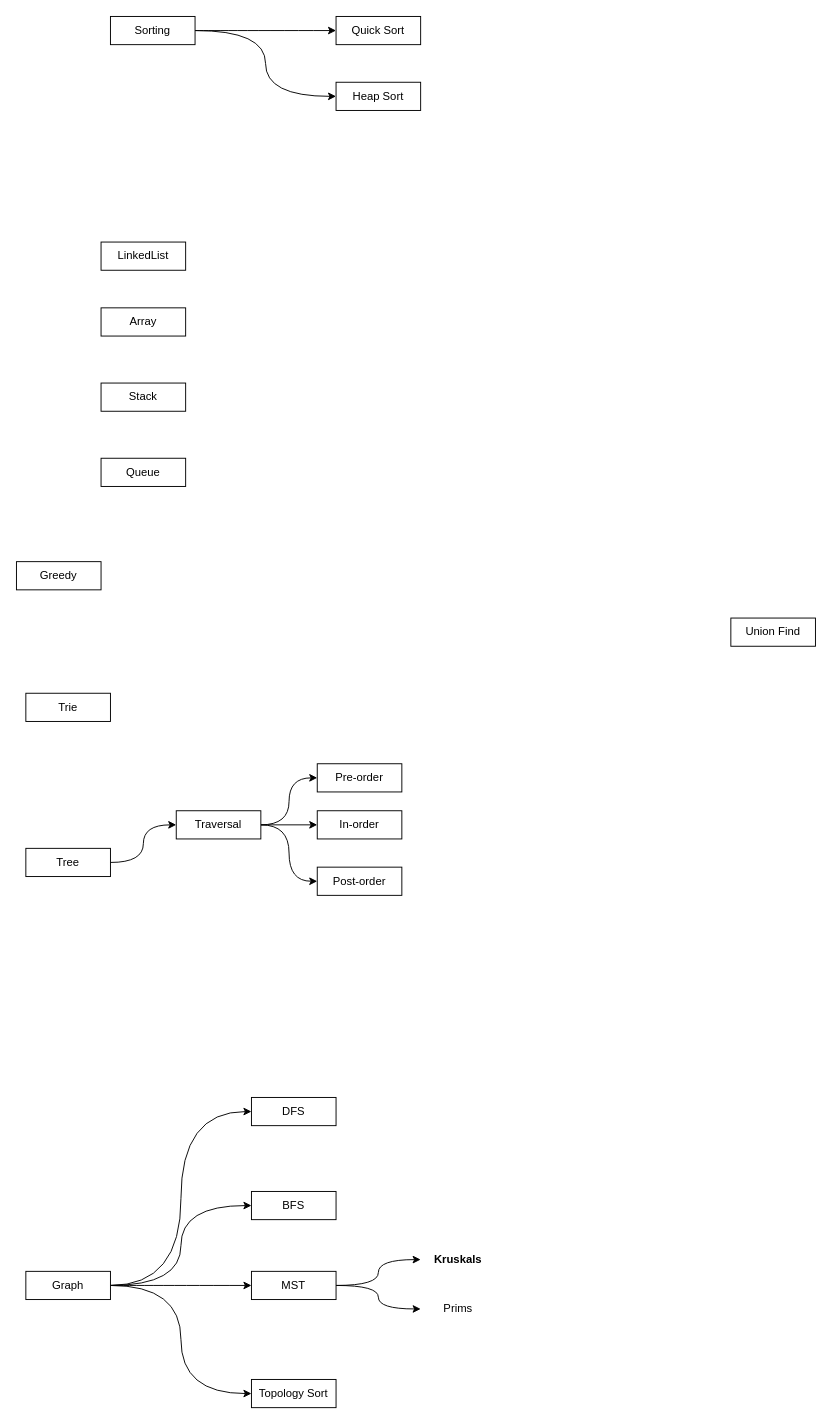
The draw.io diagram DAA.drawio in haoboliu66/Diagram, before the edit. Source tidied: cells renumbered, new cells numbered last; positions are measured from the earlier drawing's top-left corner, leaving out a move shared by most shapes. Both pictures are drawn from the tidied source at 94%, with x=0, y=0 at pixel (16, 16).
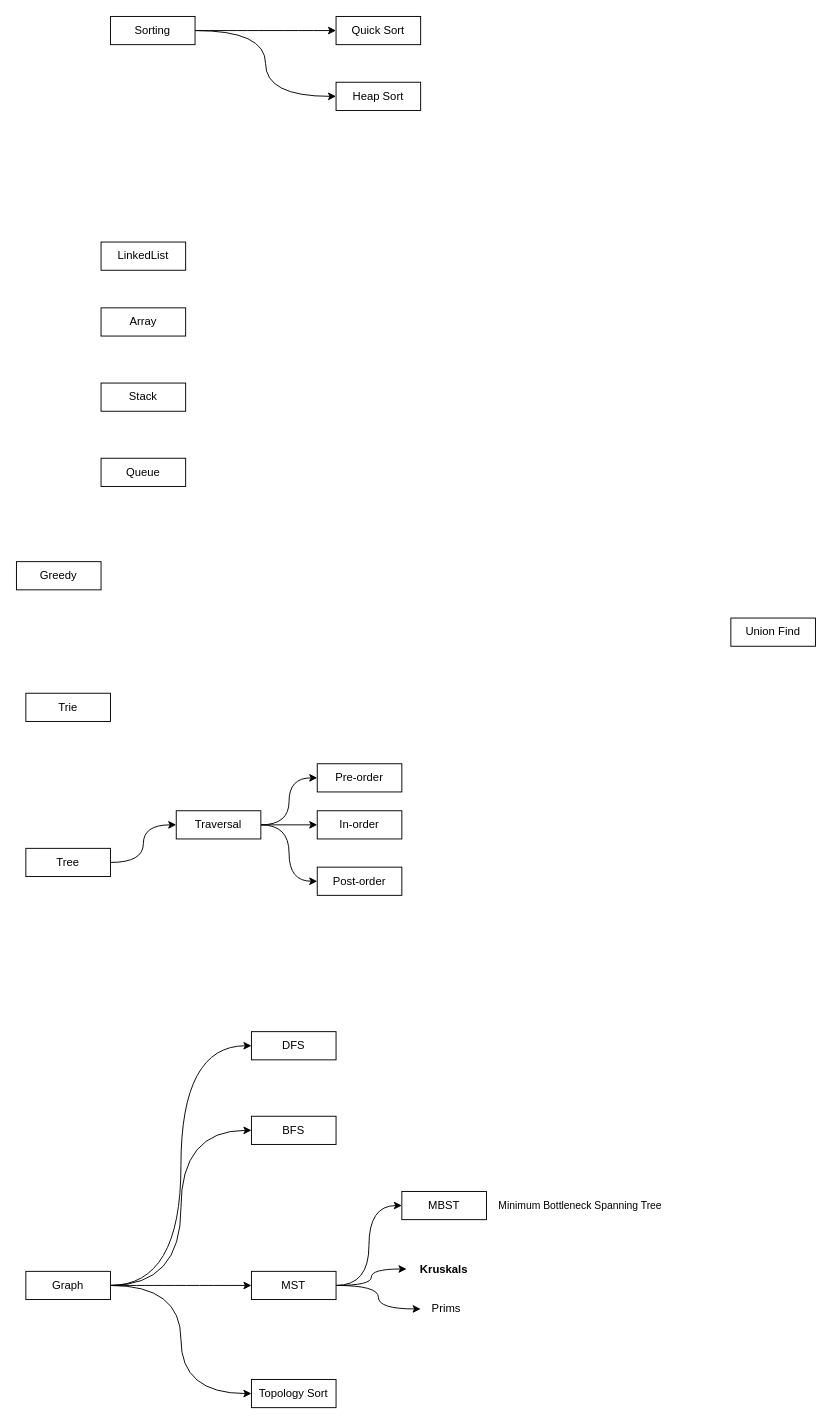
The same diagram, later.

Unchanged cells that the change refers to:
```xml
<mxCell id="16" value="MST" style="rounded=0;whiteSpace=wrap;html=1;" parent="1" vertex="1">
  <mxGeometry x="250" y="1335" width="90" height="30" as="geometry" />
</mxCell>
```

What changed in the source:
```diff
@@
     <mxCell id="7" value="Prims" style="text;html=1;align=center;verticalAlign=middle;whiteSpace=wrap;rounded=0;" parent="1" vertex="1">
-      <mxGeometry x="430" y="1360" width="80" height="30" as="geometry" />
+      <mxGeometry x="430" y="1360" width="55" height="30" as="geometry" />
     </mxCell>
@@
     <mxCell id="13" value="Kruskals" style="text;html=1;align=center;verticalAlign=middle;whiteSpace=wrap;rounded=0;fontStyle=1;" parent="1" vertex="1">
-      <mxGeometry x="430" y="1310" width="80" height="25" as="geometry" />
+      <mxGeometry x="415" y="1320" width="80" height="25" as="geometry" />
     </mxCell>
@@
+    <mxCell id="36" style="edgeStyle=orthogonalEdgeStyle;shape=connector;curved=1;rounded=0;jettySize=auto;html=1;entryX=0;entryY=0.5;entryDx=0;entryDy=0;strokeColor=default;align=center;verticalAlign=middle;fontFamily=Helvetica;fontSize=11;fontColor=default;labelBackgroundColor=default;endArrow=classic;" parent="1" edge="1" source="16" target="37">
+      <mxGeometry relative="1" as="geometry" />
+    </mxCell>
@@
     <mxCell id="29" value="DFS" style="rounded=0;whiteSpace=wrap;html=1;" parent="1" vertex="1">
-      <mxGeometry x="250" y="1150" width="90" height="30" as="geometry" />
+      <mxGeometry x="250" y="1080" width="90" height="30" as="geometry" />
     </mxCell>
     <mxCell id="30" value="BFS" style="rounded=0;whiteSpace=wrap;html=1;" parent="1" vertex="1">
-      <mxGeometry x="250" y="1250" width="90" height="30" as="geometry" />
+      <mxGeometry x="250" y="1170" width="90" height="30" as="geometry" />
     </mxCell>
@@
+    <mxCell id="37" value="MBST" style="rounded=0;whiteSpace=wrap;html=1;" parent="1" vertex="1">
+      <mxGeometry x="410" y="1250" width="90" height="30" as="geometry" />
+    </mxCell>
+    <mxCell id="38" value="Minimum Bottleneck Spanning Tree" style="text;html=1;whiteSpace=wrap;strokeColor=none;fillColor=none;align=center;verticalAlign=middle;rounded=0;fontFamily=Helvetica;fontSize=11;fontColor=default;labelBackgroundColor=default;" parent="1" vertex="1">
+      <mxGeometry x="510" y="1250" width="180" height="30" as="geometry" />
+    </mxCell>
```
